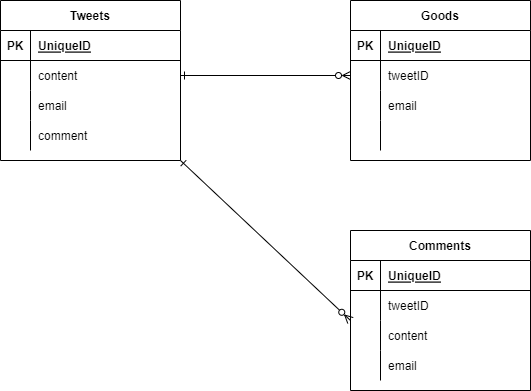
junnichi-tajima/SNS_test keeps this draw.io diagram as 設計/ER.drawio.png. Above is the earlier version. Source tidied: cells renumbered, new cells last; positions are measured from the earlier drawing's top-left corner, leaving out a move shared by most shapes.
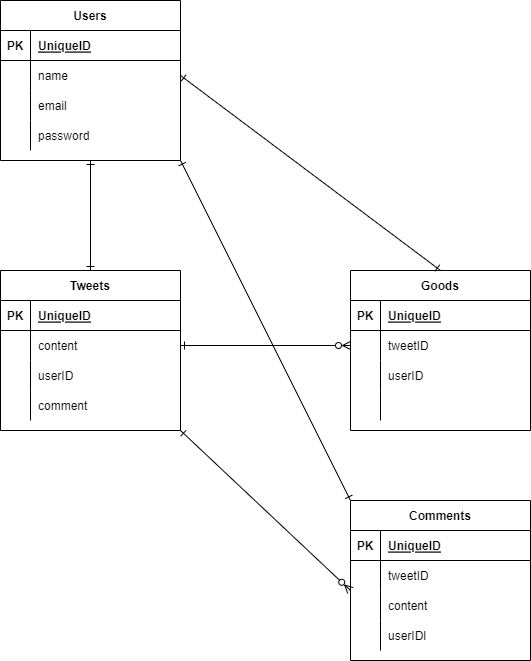
Later version of the same file.

Change to the diagram source:
```diff
@@ -29,7 +29,7 @@
     <mxCell id="10" style="shape=partialRectangle;fillColor=none;top=0;left=0;bottom=0;right=0;overflow=hidden;" parent="9" vertex="1">
       <mxGeometry width="30" height="30" as="geometry" />
     </mxCell>
-    <mxCell id="11" value="email" style="shape=partialRectangle;fillColor=none;top=0;left=0;bottom=0;right=0;align=left;spacingLeft=6;overflow=hidden;" parent="9" vertex="1">
+    <mxCell id="11" value="userID" style="shape=partialRectangle;fillColor=none;top=0;left=0;bottom=0;right=0;align=left;spacingLeft=6;overflow=hidden;" parent="9" vertex="1">
       <mxGeometry x="30" width="150" height="30" as="geometry" />
     </mxCell>
     <mxCell id="12" style="shape=partialRectangle;fillColor=none;top=0;left=0;bottom=0;right=0;" parent="2" vertex="1">
@@ -68,7 +68,7 @@
     <mxCell id="23" style="shape=partialRectangle;fillColor=none;top=0;left=0;bottom=0;right=0;overflow=hidden;" parent="22" vertex="1">
       <mxGeometry width="30" height="30" as="geometry" />
     </mxCell>
-    <mxCell id="24" value="email" style="shape=partialRectangle;fillColor=none;top=0;left=0;bottom=0;right=0;align=left;spacingLeft=6;overflow=hidden;" parent="22" vertex="1">
+    <mxCell id="24" value="userID" style="shape=partialRectangle;fillColor=none;top=0;left=0;bottom=0;right=0;align=left;spacingLeft=6;overflow=hidden;" parent="22" vertex="1">
       <mxGeometry x="30" width="150" height="30" as="geometry" />
     </mxCell>
     <mxCell id="25" style="shape=partialRectangle;fillColor=none;top=0;left=0;bottom=0;right=0;" parent="15" vertex="1">
@@ -119,11 +119,59 @@
     <mxCell id="40" style="shape=partialRectangle;fillColor=none;top=0;left=0;bottom=0;right=0;overflow=hidden;" parent="39" vertex="1">
       <mxGeometry width="30" height="30" as="geometry" />
     </mxCell>
-    <mxCell id="41" value="email" style="shape=partialRectangle;fillColor=none;top=0;left=0;bottom=0;right=0;align=left;spacingLeft=6;overflow=hidden;" parent="39" vertex="1">
+    <mxCell id="41" value="userIDl" style="shape=partialRectangle;fillColor=none;top=0;left=0;bottom=0;right=0;align=left;spacingLeft=6;overflow=hidden;" parent="39" vertex="1">
       <mxGeometry x="30" width="150" height="30" as="geometry" />
     </mxCell>
     <mxCell id="42" style="edgeStyle=none;html=1;entryX=0;entryY=0;entryDx=0;entryDy=0;entryPerimeter=0;startArrow=ERone;startFill=0;endArrow=ERzeroToMany;endFill=0;exitX=1;exitY=1;exitDx=0;exitDy=0;" parent="1" edge="1" source="2" target="36">
       <mxGeometry relative="1" as="geometry" />
     </mxCell>
+    <mxCell id="43" style="edgeStyle=none;html=1;entryX=0.5;entryY=0;entryDx=0;entryDy=0;startArrow=ERone;startFill=0;endArrow=ERone;endFill=0;" parent="1" edge="1" source="44" target="2">
+      <mxGeometry relative="1" as="geometry" />
+    </mxCell>
+    <mxCell id="44" value="Users" style="shape=table;startSize=30;rowLines=0;fontStyle=1;align=center;" parent="1" vertex="1">
+      <mxGeometry y="-270" width="180" height="160" as="geometry" />
+    </mxCell>
+    <mxCell id="45" style="shape=partialRectangle;fillColor=none;top=0;left=0;bottom=1;right=0;" parent="44" vertex="1">
+      <mxGeometry y="30" width="180" height="30" as="geometry" />
+    </mxCell>
+    <mxCell id="46" value="PK" style="shape=partialRectangle;fillColor=none;top=0;left=0;bottom=0;right=0;fontStyle=1;overflow=hidden;" parent="45" vertex="1">
+      <mxGeometry width="30" height="30" as="geometry" />
+    </mxCell>
+    <mxCell id="47" value="UniqueID" style="shape=partialRectangle;fillColor=none;top=0;left=0;bottom=0;right=0;align=left;spacingLeft=6;fontStyle=5;overflow=hidden;" parent="45" vertex="1">
+      <mxGeometry x="30" width="150" height="30" as="geometry" />
+    </mxCell>
+    <mxCell id="48" style="shape=partialRectangle;fillColor=none;top=0;left=0;bottom=0;right=0;points=[[0,0.5],[1,0.5]];portConstraint=eastwest;" parent="44" vertex="1">
+      <mxGeometry y="60" width="180" height="30" as="geometry" />
+    </mxCell>
+    <mxCell id="49" style="shape=partialRectangle;fillColor=none;top=0;left=0;bottom=0;right=0;overflow=hidden;" parent="48" vertex="1">
+      <mxGeometry width="30" height="30" as="geometry" />
+    </mxCell>
+    <mxCell id="50" value="name" style="shape=partialRectangle;fillColor=none;top=0;left=0;bottom=0;right=0;align=left;spacingLeft=6;overflow=hidden;" parent="48" vertex="1">
+      <mxGeometry x="30" width="150" height="30" as="geometry" />
+    </mxCell>
+    <mxCell id="51" style="shape=partialRectangle;fillColor=none;top=0;left=0;bottom=0;right=0;" parent="44" vertex="1">
+      <mxGeometry y="90" width="180" height="30" as="geometry" />
+    </mxCell>
+    <mxCell id="52" style="shape=partialRectangle;fillColor=none;top=0;left=0;bottom=0;right=0;overflow=hidden;" parent="51" vertex="1">
+      <mxGeometry width="30" height="30" as="geometry" />
+    </mxCell>
+    <mxCell id="53" value="email" style="shape=partialRectangle;fillColor=none;top=0;left=0;bottom=0;right=0;align=left;spacingLeft=6;overflow=hidden;" parent="51" vertex="1">
+      <mxGeometry x="30" width="150" height="30" as="geometry" />
+    </mxCell>
+    <mxCell id="54" style="shape=partialRectangle;fillColor=none;top=0;left=0;bottom=0;right=0;" parent="44" vertex="1">
+      <mxGeometry y="120" width="180" height="30" as="geometry" />
+    </mxCell>
+    <mxCell id="55" style="shape=partialRectangle;fillColor=none;top=0;left=0;bottom=0;right=0;overflow=hidden;" parent="54" vertex="1">
+      <mxGeometry width="30" height="30" as="geometry" />
+    </mxCell>
+    <mxCell id="56" value="password" style="shape=partialRectangle;fillColor=none;top=0;left=0;bottom=0;right=0;align=left;spacingLeft=6;overflow=hidden;" parent="54" vertex="1">
+      <mxGeometry x="30" width="150" height="30" as="geometry" />
+    </mxCell>
+    <mxCell id="57" style="edgeStyle=none;html=1;entryX=0.5;entryY=0;entryDx=0;entryDy=0;exitX=1;exitY=0.5;exitDx=0;exitDy=0;endArrow=ERone;endFill=0;startArrow=ERone;startFill=0;" parent="1" edge="1" source="48" target="15">
+      <mxGeometry relative="1" as="geometry" />
+    </mxCell>
+    <mxCell id="58" style="edgeStyle=none;html=1;entryX=0;entryY=0;entryDx=0;entryDy=0;startArrow=ERone;startFill=0;endArrow=ERone;endFill=0;exitX=1;exitY=1;exitDx=0;exitDy=0;" parent="1" edge="1" source="44" target="29">
+      <mxGeometry relative="1" as="geometry" />
+    </mxCell>
   </root>
 </mxGraphModel>
```
